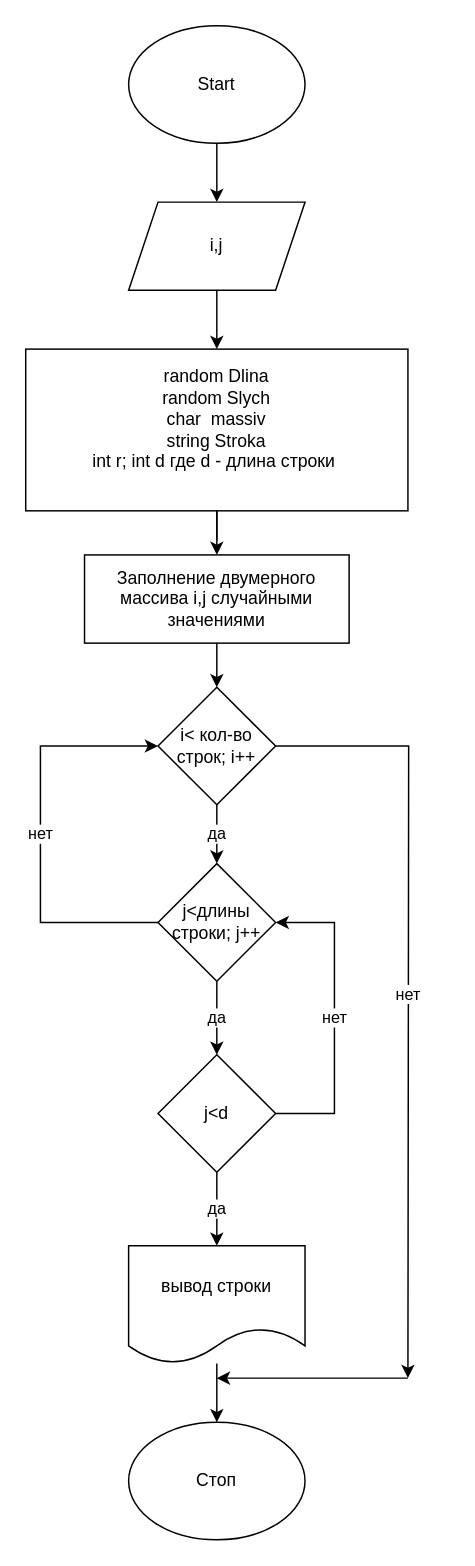
Earlier version of the draw.io diagram Diagrame.drawio (EuhenioSun/Itogovaya-kontrolnaya). Source tidied: cells renumbered, new cells numbered last; positions are measured from the earlier drawing's top-left corner, leaving out a move shared by most shapes. Both pictures are drawn from the tidied source at 147%, with x=0, y=0 at pixel (25, 25).
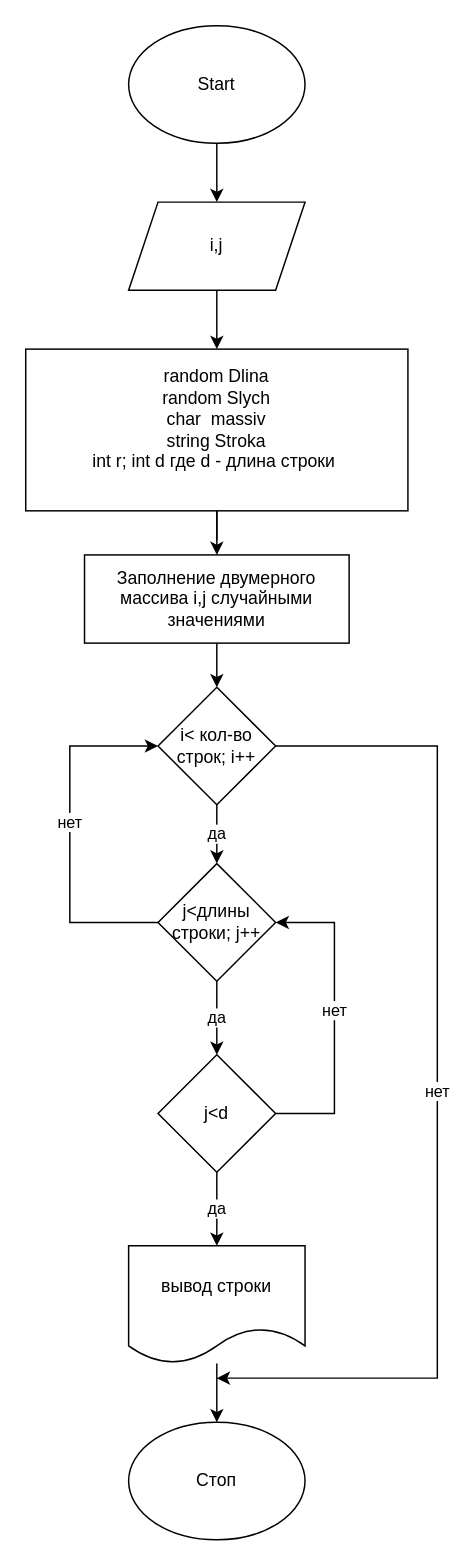
Above is the later version.

Commit message (it also covers changes not shown here):
Отформатировал текст программы. Изменил файл диаграммы

The change refers to these unchanged cells:
```xml
<mxCell id="13" value="i&amp;lt; кол-во строк; i++" style="rhombus;whiteSpace=wrap;html=1;" parent="1" vertex="1">
  <mxGeometry x="90" y="450" width="80" height="80" as="geometry" />
</mxCell>
<mxCell id="15" value="j&amp;lt;d" style="rhombus;whiteSpace=wrap;html=1;" parent="1" vertex="1">
  <mxGeometry x="90" y="700" width="80" height="80" as="geometry" />
</mxCell>
<mxCell id="23" value="j&amp;lt;длины строки; j++" style="rhombus;whiteSpace=wrap;html=1;" parent="1" vertex="1">
  <mxGeometry x="90" y="570" width="80" height="80" as="geometry" />
</mxCell>
```

The edit, as a diff of the source:
```diff
@@
     <mxCell id="12" value="нет" style="edgeStyle=orthogonalEdgeStyle;rounded=0;jettySize=auto;html=1;exitX=1;exitY=0.5;exitDx=0;exitDy=0;" parent="1" edge="1" source="13">
       <mxGeometry relative="1" as="geometry">
-        <mxPoint x="260" y="920" as="targetPoint" />
+        <mxPoint x="130" y="920" as="targetPoint" />
+        <Array as="points">
+          <mxPoint x="280" y="490" />
+          <mxPoint x="280" y="920" />
+        </Array>
       </mxGeometry>
     </mxCell>
@@
     <mxCell id="18" value="нет" style="endArrow=classic;html=1;rounded=0;exitX=1;exitY=0.5;exitDx=0;exitDy=0;entryX=1;entryY=0.5;entryDx=0;entryDy=0;" parent="1" edge="1" source="15" target="23">
-      <mxGeometry relative="1" as="geometry">
+      <mxGeometry x="0.05" relative="1" as="geometry">
         <Array as="points">
           <mxPoint x="210" y="740" />
           <mxPoint x="210" y="610" />
         </Array>
       </mxGeometry>
     </mxCell>
     <mxCell id="19" value="нет" style="endArrow=classic;html=1;rounded=0;exitX=0;exitY=0.5;exitDx=0;exitDy=0;entryX=0;entryY=0.5;entryDx=0;entryDy=0;" parent="1" edge="1" source="23" target="13">
-      <mxGeometry relative="1" as="geometry">
+      <mxGeometry x="0.07" relative="1" as="geometry">
         <Array as="points">
-          <mxPoint x="10" y="610" />
-          <mxPoint x="10" y="490" />
+          <mxPoint x="30" y="610" />
+          <mxPoint x="30" y="490" />
         </Array>
       </mxGeometry>
     </mxCell>
-    <mxCell id="20" style="endArrow=classic;html=1;rounded=0;" parent="1" edge="1">
-      <mxGeometry relative="1" as="geometry">
-        <mxPoint x="260" y="920" as="sourcePoint" />
-        <mxPoint x="130" y="920" as="targetPoint" />
-        <Array as="points">
-          <mxPoint x="200" y="920" />
-        </Array>
-      </mxGeometry>
-    </mxCell>
```
